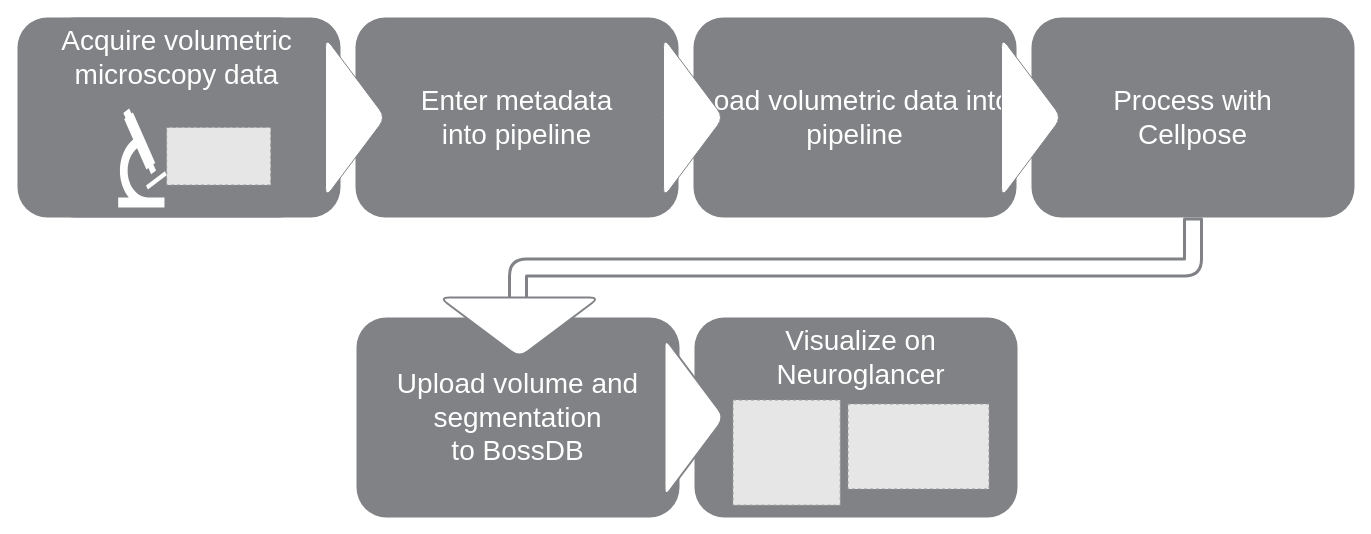
Earlier version of the draw.io diagram images/diagram_flowchart.drawio (isabella232/element-zstack). Source tidied: cells renumbered, new cells numbered last; positions are measured from the earlier drawing's top-left corner, leaving out a move shared by most shapes. Both pictures are drawn from the tidied source at 100%, with x=0, y=0 at pixel (17, 17). Pictures stored in the file or linked from it are replaced by grey dashed boxes.
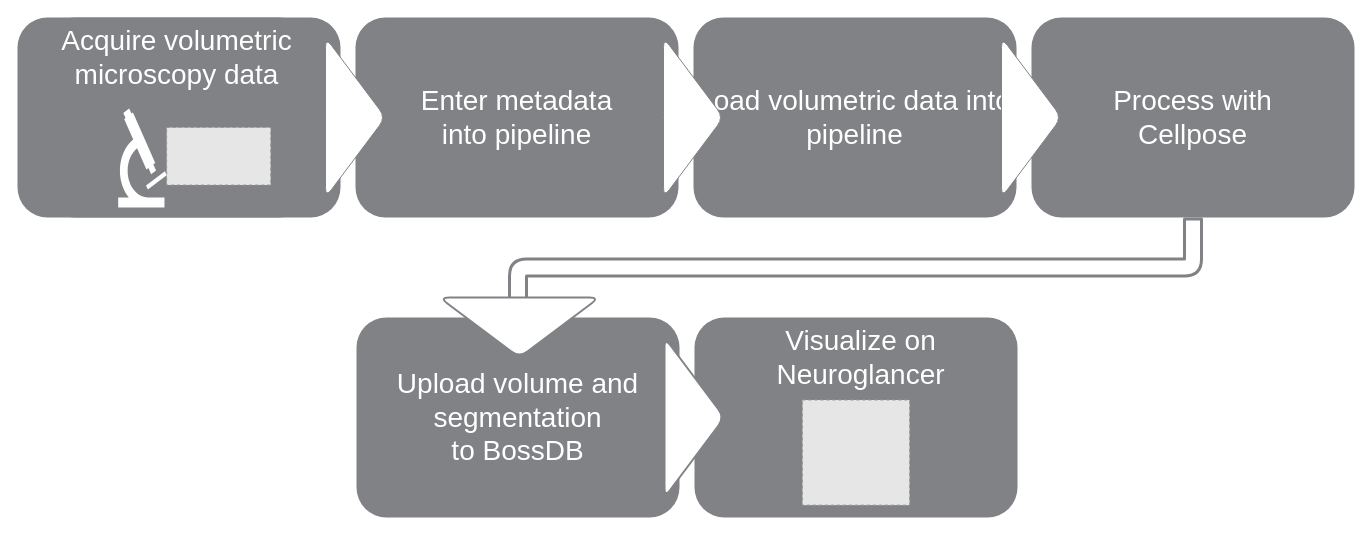
The same diagram, later.

Diff of the diagram source:
```diff
@@
 <mxGraphModel>
   <root>
     <mxCell id="0" />
     <mxCell id="1" parent="0" />
     <mxCell id="2" style="edgeStyle=orthogonalEdgeStyle;html=1;exitX=0.5;exitY=1;exitDx=0;exitDy=0;endArrow=none;endFill=0;strokeColor=#808285;strokeWidth=3;jumpSize=10;comic=0;orthogonal=0;rounded=1;startArrow=none;startFill=0;shape=flexArrow;fillColor=#FFFFFF;width=15;fontSize=28;entryX=0.5;entryY=0;entryDx=0;entryDy=0;" parent="1" edge="1" source="13" target="3">
       <mxGeometry relative="1" as="geometry" />
     </mxCell>
     <mxCell id="3" value="Upload volume and segmentation &lt;br&gt;to BossDB" style="rounded=1;whiteSpace=wrap;html=1;fontSize=28;fontFamily=Roboto Slab;labelBackgroundColor=none;fillColor=#808285;fontColor=#FFFFFF;strokeColor=none;" parent="1" vertex="1">
       <mxGeometry x="339" y="300" width="323" height="200" as="geometry" />
     </mxCell>
     <mxCell id="4" style="rounded=1;whiteSpace=wrap;html=1;fontSize=28;fontFamily=Roboto Slab;labelBackgroundColor=none;fillColor=#808285;fontColor=#FFFFFF;strokeColor=none;" parent="1" vertex="1">
       <mxGeometry x="677" y="300" width="323" height="200" as="geometry" />
     </mxCell>
     <mxCell id="5" value="Visualize on Neuroglancer" style="rounded=1;whiteSpace=wrap;html=1;fontSize=28;fontFamily=Roboto Slab;labelBackgroundColor=none;fillColor=#808285;fontColor=#FFFFFF;strokeColor=none;" parent="4" vertex="1">
       <mxGeometry x="30" y="5" width="273" height="70" as="geometry" />
     </mxCell>
     <mxCell id="6" style="fillColor=#E6E6E6;strokeColor=#999999;dashed=1;verticalLabelPosition=bottom;labelBackgroundColor=default;verticalAlign=top;fontSize=28;" parent="4" vertex="1">
-      <mxGeometry x="38.5" y="82.5" width="107.2" height="105.1" as="geometry" />
+      <mxGeometry x="107.9" y="82.5" width="107.2" height="105.1" as="geometry" />
     </mxCell>
-    <mxCell id="7" style="fillColor=#E6E6E6;strokeColor=#999999;dashed=1;verticalLabelPosition=bottom;labelBackgroundColor=default;verticalAlign=top;fontSize=28;" parent="4" vertex="1">
-      <mxGeometry x="153.5" y="86.5" width="141" height="85" as="geometry" />
-    </mxCell>
     <mxCell id="8" style="rounded=1;whiteSpace=wrap;html=1;fontSize=28;fontFamily=Roboto Slab;labelBackgroundColor=none;fillColor=#808285;fontColor=#FFFFFF;strokeColor=none;verticalAlign=top;" parent="1" vertex="1">
       <mxGeometry width="323" height="200" as="geometry" />
     </mxCell>
     <mxCell id="9" value="Enter metadata&lt;br&gt;into pipeline" style="rounded=1;whiteSpace=wrap;html=1;fontSize=28;fontFamily=Roboto Slab;labelBackgroundColor=none;fillColor=#808285;fontColor=#FFFFFF;strokeColor=none;" parent="1" vertex="1">
       <mxGeometry x="338" width="323" height="200" as="geometry" />
     </mxCell>
     <mxCell id="10" style="triangle;whiteSpace=wrap;html=1;fillColor=#FFFFFF;rounded=1;strokeColor=#808285;fontSize=28;" parent="1" vertex="1">
       <mxGeometry x="308" y="20" width="60" height="160" as="geometry" />
     </mxCell>
     <mxCell id="11" value="Load volumetric data into pipeline" style="rounded=1;whiteSpace=wrap;html=1;fontSize=28;fontFamily=Roboto Slab;labelBackgroundColor=none;fillColor=#808285;fontColor=#FFFFFF;strokeColor=none;" parent="1" vertex="1">
       <mxGeometry x="676" width="323" height="200" as="geometry" />
     </mxCell>
     <mxCell id="12" style="triangle;whiteSpace=wrap;html=1;fillColor=#FFFFFF;rounded=1;strokeColor=#808285;fontSize=28;" parent="1" vertex="1">
       <mxGeometry x="646" y="20" width="60" height="160" as="geometry" />
     </mxCell>
     <mxCell id="13" value="Process with &lt;br&gt;Cellpose" style="rounded=1;whiteSpace=wrap;html=1;fontSize=28;fontFamily=Roboto Slab;labelBackgroundColor=none;fillColor=#808285;fontColor=#FFFFFF;strokeColor=none;" parent="1" vertex="1">
       <mxGeometry x="1014" width="323" height="200" as="geometry" />
     </mxCell>
     <mxCell id="14" style="triangle;whiteSpace=wrap;html=1;fillColor=#FFFFFF;rounded=1;strokeColor=#808285;strokeWidth=2;fontSize=28;" parent="1" vertex="1">
       <mxGeometry x="647" y="320" width="60" height="160" as="geometry" />
     </mxCell>
     <mxCell id="15" style="triangle;whiteSpace=wrap;html=1;fillColor=#FFFFFF;rounded=1;strokeColor=#808285;fontSize=28;" parent="1" vertex="1">
       <mxGeometry x="984" y="20" width="60" height="160" as="geometry" />
     </mxCell>
     <mxCell id="16" style="triangle;whiteSpace=wrap;html=1;fillColor=#FFFFFF;rounded=1;strokeColor=#808285;strokeWidth=2;rotation=90;fontSize=28;" parent="1" vertex="1">
       <mxGeometry x="471.9" y="230" width="60" height="160" as="geometry" />
     </mxCell>
     <mxCell id="17" value="Acquire volumetric microscopy data&lt;br style=&quot;font-size: 28px;&quot;&gt;&lt;br style=&quot;font-size: 28px;&quot;&gt;" style="rounded=1;whiteSpace=wrap;html=1;fontSize=28;fontFamily=Roboto Slab;labelBackgroundColor=none;fillColor=#808285;fontColor=#FFFFFF;strokeColor=none;verticalAlign=top;" parent="1" vertex="1">
       <mxGeometry x="26.8" width="265.3" height="200" as="geometry" />
     </mxCell>
     <mxCell id="18" style="fillColor=#E6E6E6;strokeColor=#999999;dashed=1;verticalLabelPosition=bottom;labelBackgroundColor=default;verticalAlign=top;fontSize=28;" parent="17" vertex="1">
       <mxGeometry x="122.4" y="110" width="104" height="57.5" as="geometry" />
     </mxCell>
     <mxCell id="19" style="shape=mxgraph.signs.science.microscope;html=1;fillColor=#FFFFFF;strokeColor=none;verticalLabelPosition=bottom;verticalAlign=top;align=center;rounded=1;sketch=0;flipH=1;fontSize=28;" parent="17" vertex="1">
       <mxGeometry x="73.9" y="91" width="48.5" height="99" as="geometry" />
     </mxCell>
   </root>
 </mxGraphModel>
```
